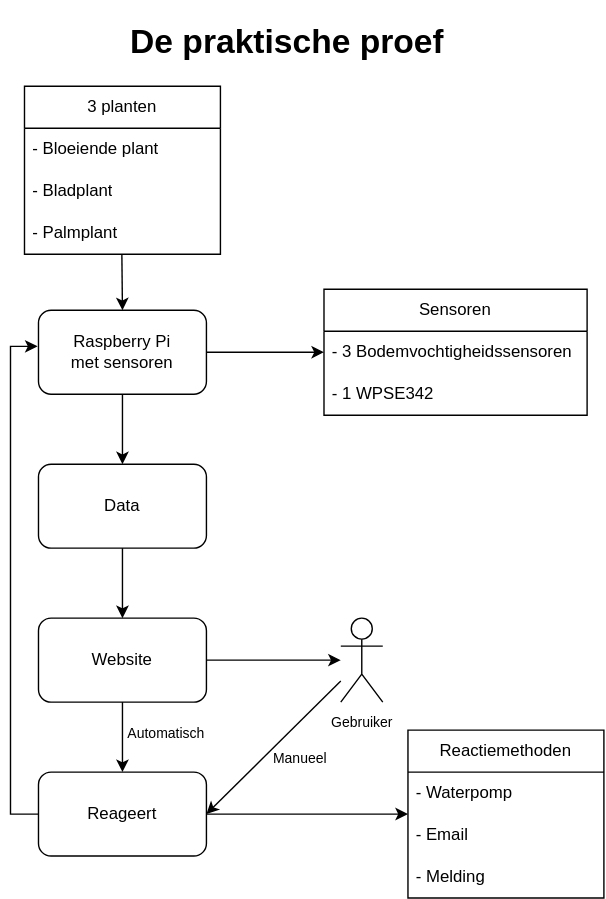
The draw.io diagram flowchart.svg in Celarye/syfinalproject, before a commit. Source tidied: cells renumbered, new cells last; positions are measured from the earlier drawing's top-left corner, leaving out a move shared by most shapes. Source of this version:
```xml
<mxGraphModel background="#FFFFFF">
  <root>
    <mxCell id="0" />
    <mxCell id="1" parent="0" />
    <mxCell id="2" value="3 planten" style="swimlane;fontStyle=0;horizontal=1;startSize=30;whiteSpace=wrap;html=1;" parent="1" vertex="1">
      <mxGeometry x="10" y="51" width="140" height="120" as="geometry" />
    </mxCell>
    <mxCell id="3" value="&lt;span style=&quot;background-color: initial;&quot;&gt;- Bloeiende plant&lt;/span&gt;" style="text;strokeColor=none;fillColor=none;align=left;verticalAlign=middle;spacingLeft=4;spacingRight=4;overflow=hidden;whiteSpace=wrap;html=1;" parent="2" vertex="1">
      <mxGeometry y="30" width="140" height="30" as="geometry" />
    </mxCell>
    <mxCell id="4" value="- Bladplant" style="text;strokeColor=none;fillColor=none;align=left;verticalAlign=middle;spacingLeft=4;spacingRight=4;overflow=hidden;whiteSpace=wrap;html=1;" parent="2" vertex="1">
      <mxGeometry y="60" width="140" height="30" as="geometry" />
    </mxCell>
    <mxCell id="5" value="- Palmplant" style="text;strokeColor=none;fillColor=none;align=left;verticalAlign=middle;spacingLeft=4;spacingRight=4;overflow=hidden;points=[[0,0.5],[1,0.5]];portConstraint=eastwest;whiteSpace=wrap;html=1;" parent="2" vertex="1">
      <mxGeometry y="90" width="140" height="30" as="geometry" />
    </mxCell>
    <mxCell id="6" value="&lt;h1&gt;De praktische proef&lt;/h1&gt;" style="text;html=1;strokeColor=none;fillColor=none;spacing=5;spacingTop=-20;whiteSpace=wrap;overflow=hidden;rounded=0;align=center;" parent="1" vertex="1">
      <mxGeometry x="78" width="240" height="40" as="geometry" />
    </mxCell>
    <mxCell id="7" style="endArrow=classic;html=1;rounded=0;exitX=0.497;exitY=1.018;exitDx=0;exitDy=0;exitPerimeter=0;entryX=0.5;entryY=0;entryDx=0;entryDy=0;" parent="1" edge="1" source="5" target="9">
      <mxGeometry relative="1" as="geometry" />
    </mxCell>
    <mxCell id="8" style="edgeStyle=orthogonalEdgeStyle;rounded=0;jettySize=auto;html=1;" parent="1" edge="1" source="9">
      <mxGeometry relative="1" as="geometry">
        <mxPoint x="224" y="241" as="targetPoint" />
      </mxGeometry>
    </mxCell>
    <mxCell id="9" value="&lt;font style=&quot;border-color: var(--border-color); font-size: 12px;&quot;&gt;Raspberry Pi&lt;br&gt;met sensoren&lt;/font&gt;" style="rounded=1;whiteSpace=wrap;html=1;" parent="1" vertex="1">
      <mxGeometry x="20" y="211" width="120" height="60" as="geometry" />
    </mxCell>
    <mxCell id="10" value="&lt;font style=&quot;font-size: 12px;&quot;&gt;Data&lt;br&gt;&lt;/font&gt;" style="rounded=1;whiteSpace=wrap;html=1;fontSize=5;" parent="1" vertex="1">
      <mxGeometry x="20" y="321" width="120" height="60" as="geometry" />
    </mxCell>
    <mxCell id="11" style="endArrow=classic;html=1;rounded=0;fontSize=5;exitX=0.5;exitY=1;exitDx=0;exitDy=0;" parent="1" edge="1" source="9" target="10">
      <mxGeometry relative="1" as="geometry" />
    </mxCell>
    <mxCell id="12" style="edgeStyle=orthogonalEdgeStyle;rounded=0;jettySize=auto;html=1;fontSize=12;" parent="1" edge="1" source="13" target="15">
      <mxGeometry relative="1" as="geometry" />
    </mxCell>
    <mxCell id="13" value="&lt;font style=&quot;font-size: 12px;&quot;&gt;Website&lt;br&gt;&lt;/font&gt;" style="rounded=1;whiteSpace=wrap;html=1;fontSize=5;" parent="1" vertex="1">
      <mxGeometry x="20" y="431" width="120" height="60" as="geometry" />
    </mxCell>
    <mxCell id="14" style="endArrow=classic;html=1;rounded=0;fontSize=5;exitX=0.5;exitY=1;exitDx=0;exitDy=0;" parent="1" edge="1" target="13">
      <mxGeometry relative="1" as="geometry">
        <mxPoint x="80" y="381" as="sourcePoint" />
      </mxGeometry>
    </mxCell>
    <mxCell id="15" value="&lt;font style=&quot;font-size: 10px;&quot;&gt;Gebruiker&lt;/font&gt;" style="shape=umlActor;verticalLabelPosition=bottom;verticalAlign=top;html=1;outlineConnect=0;fontSize=12;" parent="1" vertex="1">
      <mxGeometry x="236" y="431" width="30" height="60" as="geometry" />
    </mxCell>
    <mxCell id="16" value="Sensoren" style="swimlane;fontStyle=0;horizontal=1;startSize=30;whiteSpace=wrap;html=1;" parent="1" vertex="1">
      <mxGeometry x="224" y="196" width="188" height="90" as="geometry" />
    </mxCell>
    <mxCell id="17" value="&lt;span style=&quot;background-color: initial;&quot;&gt;- 3 Bodemvochtigheidssensoren&lt;/span&gt;" style="text;strokeColor=none;fillColor=none;align=left;verticalAlign=middle;spacingLeft=4;spacingRight=4;overflow=hidden;points=[[0,0.5],[1,0.5]];portConstraint=eastwest;whiteSpace=wrap;html=1;" parent="16" vertex="1">
      <mxGeometry y="30" width="188" height="30" as="geometry" />
    </mxCell>
    <mxCell id="18" value="- 1 WPSE342" style="text;strokeColor=none;fillColor=none;align=left;verticalAlign=middle;spacingLeft=4;spacingRight=4;overflow=hidden;whiteSpace=wrap;html=1;" parent="16" vertex="1">
      <mxGeometry y="60" width="188" height="30" as="geometry" />
    </mxCell>
    <mxCell id="19" style="edgeStyle=orthogonalEdgeStyle;rounded=0;jettySize=auto;html=1;fontSize=10;" parent="1" edge="1" source="20">
      <mxGeometry relative="1" as="geometry">
        <mxPoint x="19.4" y="236.8" as="targetPoint" />
        <Array as="points">
          <mxPoint y="571" />
          <mxPoint y="237" />
        </Array>
      </mxGeometry>
    </mxCell>
    <mxCell id="20" value="&lt;font style=&quot;font-size: 12px;&quot;&gt;Reageert&lt;br&gt;&lt;/font&gt;" style="rounded=1;whiteSpace=wrap;html=1;fontSize=5;" parent="1" vertex="1">
      <mxGeometry x="20" y="541" width="120" height="60" as="geometry" />
    </mxCell>
    <mxCell id="21" style="endArrow=classic;html=1;rounded=0;fontSize=5;exitX=0.5;exitY=1;exitDx=0;exitDy=0;" parent="1" edge="1" target="20">
      <mxGeometry relative="1" as="geometry">
        <mxPoint x="80" y="491" as="sourcePoint" />
      </mxGeometry>
    </mxCell>
    <mxCell id="22" style="endArrow=classic;html=1;rounded=0;fontSize=12;entryX=1;entryY=0.5;entryDx=0;entryDy=0;" parent="1" edge="1" source="15" target="20">
      <mxGeometry relative="1" as="geometry" />
    </mxCell>
    <mxCell id="23" value="&lt;font style=&quot;font-size: 10px;&quot;&gt;Automatisch&lt;/font&gt;" style="text;html=1;align=left;verticalAlign=middle;strokeColor=none;fillColor=none;fontSize=12;" parent="1" vertex="1">
      <mxGeometry x="82" y="500" width="73" height="26" as="geometry" />
    </mxCell>
    <mxCell id="24" value="Manueel" style="text;html=1;align=left;verticalAlign=middle;strokeColor=none;fillColor=none;fontSize=10;" parent="1" vertex="1">
      <mxGeometry x="186" y="516" width="60" height="30" as="geometry" />
    </mxCell>
    <mxCell id="25" value="Reactiemethoden" style="swimlane;fontStyle=0;horizontal=1;startSize=30;whiteSpace=wrap;html=1;" parent="1" vertex="1">
      <mxGeometry x="284" y="511" width="140" height="120" as="geometry" />
    </mxCell>
    <mxCell id="26" value="- Waterpomp" style="text;strokeColor=none;fillColor=none;align=left;verticalAlign=middle;spacingLeft=4;spacingRight=4;overflow=hidden;whiteSpace=wrap;html=1;" parent="25" vertex="1">
      <mxGeometry y="30" width="140" height="30" as="geometry" />
    </mxCell>
    <mxCell id="27" value="- Email" style="text;strokeColor=none;fillColor=none;align=left;verticalAlign=middle;spacingLeft=4;spacingRight=4;overflow=hidden;whiteSpace=wrap;html=1;" parent="25" vertex="1">
      <mxGeometry y="60" width="140" height="30" as="geometry" />
    </mxCell>
    <mxCell id="28" value="- Melding" style="text;strokeColor=none;fillColor=none;align=left;verticalAlign=middle;spacingLeft=4;spacingRight=4;overflow=hidden;whiteSpace=wrap;html=1;" parent="25" vertex="1">
      <mxGeometry y="90" width="140" height="30" as="geometry" />
    </mxCell>
    <mxCell id="29" style="endArrow=classic;html=1;rounded=0;exitX=1;exitY=0.5;exitDx=0;exitDy=0;" parent="1" edge="1" source="20">
      <mxGeometry relative="1" as="geometry">
        <mxPoint x="284" y="571" as="targetPoint" />
      </mxGeometry>
    </mxCell>
  </root>
</mxGraphModel>
```
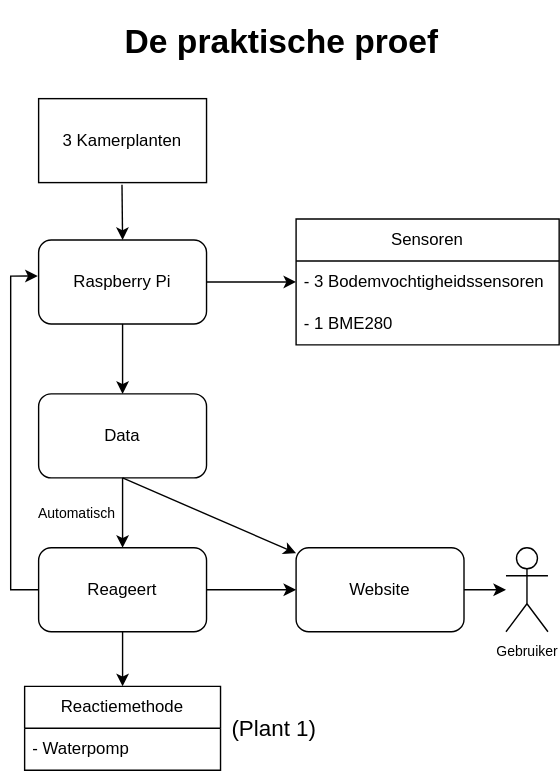
The same file after the commit.

Change to the diagram source:
```diff
@@ -2,30 +2,18 @@
   <root>
     <mxCell id="0" />
     <mxCell id="1" parent="0" />
-    <mxCell id="2" value="3 planten" style="swimlane;fontStyle=0;horizontal=1;startSize=30;whiteSpace=wrap;html=1;" parent="1" vertex="1">
-      <mxGeometry x="10" y="51" width="140" height="120" as="geometry" />
-    </mxCell>
-    <mxCell id="3" value="&lt;span style=&quot;background-color: initial;&quot;&gt;- Bloeiende plant&lt;/span&gt;" style="text;strokeColor=none;fillColor=none;align=left;verticalAlign=middle;spacingLeft=4;spacingRight=4;overflow=hidden;whiteSpace=wrap;html=1;" parent="2" vertex="1">
-      <mxGeometry y="30" width="140" height="30" as="geometry" />
-    </mxCell>
-    <mxCell id="4" value="- Bladplant" style="text;strokeColor=none;fillColor=none;align=left;verticalAlign=middle;spacingLeft=4;spacingRight=4;overflow=hidden;whiteSpace=wrap;html=1;" parent="2" vertex="1">
-      <mxGeometry y="60" width="140" height="30" as="geometry" />
-    </mxCell>
-    <mxCell id="5" value="- Palmplant" style="text;strokeColor=none;fillColor=none;align=left;verticalAlign=middle;spacingLeft=4;spacingRight=4;overflow=hidden;points=[[0,0.5],[1,0.5]];portConstraint=eastwest;whiteSpace=wrap;html=1;" parent="2" vertex="1">
-      <mxGeometry y="90" width="140" height="30" as="geometry" />
-    </mxCell>
     <mxCell id="6" value="&lt;h1&gt;De praktische proef&lt;/h1&gt;" style="text;html=1;strokeColor=none;fillColor=none;spacing=5;spacingTop=-20;whiteSpace=wrap;overflow=hidden;rounded=0;align=center;" parent="1" vertex="1">
-      <mxGeometry x="78" width="240" height="40" as="geometry" />
+      <mxGeometry x="74" y="50" width="240" height="40" as="geometry" />
     </mxCell>
-    <mxCell id="7" style="endArrow=classic;html=1;rounded=0;exitX=0.497;exitY=1.018;exitDx=0;exitDy=0;exitPerimeter=0;entryX=0.5;entryY=0;entryDx=0;entryDy=0;" parent="1" edge="1" source="5" target="9">
-      <mxGeometry relative="1" as="geometry" />
+    <mxCell id="7" style="endArrow=classic;html=1;rounded=0;exitX=0.497;exitY=1.018;exitDx=0;exitDy=0;exitPerimeter=0;entryX=0.5;entryY=0;entryDx=0;entryDy=0;" parent="1" edge="1" target="9">
+      <mxGeometry relative="1" as="geometry">
+        <mxPoint x="79.6" y="171.5" as="sourcePoint" />
+      </mxGeometry>
     </mxCell>
-    <mxCell id="8" style="edgeStyle=orthogonalEdgeStyle;rounded=0;jettySize=auto;html=1;" parent="1" edge="1" source="9">
-      <mxGeometry relative="1" as="geometry">
-        <mxPoint x="224" y="241" as="targetPoint" />
-      </mxGeometry>
+    <mxCell id="8" style="edgeStyle=orthogonalEdgeStyle;rounded=0;jettySize=auto;html=1;entryX=0;entryY=0.5;entryDx=0;entryDy=0;" parent="1" edge="1" source="9" target="17">
+      <mxGeometry relative="1" as="geometry" />
     </mxCell>
-    <mxCell id="9" value="&lt;font style=&quot;border-color: var(--border-color); font-size: 12px;&quot;&gt;Raspberry Pi&lt;br&gt;met sensoren&lt;/font&gt;" style="rounded=1;whiteSpace=wrap;html=1;" parent="1" vertex="1">
+    <mxCell id="9" value="&lt;font style=&quot;border-color: var(--border-color); font-size: 12px;&quot;&gt;Raspberry Pi&lt;br&gt;&lt;/font&gt;" style="rounded=1;whiteSpace=wrap;html=1;" parent="1" vertex="1">
       <mxGeometry x="20" y="211" width="120" height="60" as="geometry" />
     </mxCell>
     <mxCell id="10" value="&lt;font style=&quot;font-size: 12px;&quot;&gt;Data&lt;br&gt;&lt;/font&gt;" style="rounded=1;whiteSpace=wrap;html=1;fontSize=5;" parent="1" vertex="1">
@@ -38,7 +26,7 @@
       <mxGeometry relative="1" as="geometry" />
     </mxCell>
     <mxCell id="13" value="&lt;font style=&quot;font-size: 12px;&quot;&gt;Website&lt;br&gt;&lt;/font&gt;" style="rounded=1;whiteSpace=wrap;html=1;fontSize=5;" parent="1" vertex="1">
-      <mxGeometry x="20" y="431" width="120" height="60" as="geometry" />
+      <mxGeometry x="204" y="431" width="120" height="60" as="geometry" />
     </mxCell>
     <mxCell id="14" style="endArrow=classic;html=1;rounded=0;fontSize=5;exitX=0.5;exitY=1;exitDx=0;exitDy=0;" parent="1" edge="1" target="13">
       <mxGeometry relative="1" as="geometry">
@@ -46,59 +34,52 @@
       </mxGeometry>
     </mxCell>
     <mxCell id="15" value="&lt;font style=&quot;font-size: 10px;&quot;&gt;Gebruiker&lt;/font&gt;" style="shape=umlActor;verticalLabelPosition=bottom;verticalAlign=top;html=1;outlineConnect=0;fontSize=12;" parent="1" vertex="1">
-      <mxGeometry x="236" y="431" width="30" height="60" as="geometry" />
+      <mxGeometry x="354" y="431" width="30" height="60" as="geometry" />
     </mxCell>
     <mxCell id="16" value="Sensoren" style="swimlane;fontStyle=0;horizontal=1;startSize=30;whiteSpace=wrap;html=1;" parent="1" vertex="1">
-      <mxGeometry x="224" y="196" width="188" height="90" as="geometry" />
+      <mxGeometry x="204" y="196" width="188" height="90" as="geometry" />
     </mxCell>
     <mxCell id="17" value="&lt;span style=&quot;background-color: initial;&quot;&gt;- 3 Bodemvochtigheidssensoren&lt;/span&gt;" style="text;strokeColor=none;fillColor=none;align=left;verticalAlign=middle;spacingLeft=4;spacingRight=4;overflow=hidden;points=[[0,0.5],[1,0.5]];portConstraint=eastwest;whiteSpace=wrap;html=1;" parent="16" vertex="1">
       <mxGeometry y="30" width="188" height="30" as="geometry" />
     </mxCell>
-    <mxCell id="18" value="- 1 WPSE342" style="text;strokeColor=none;fillColor=none;align=left;verticalAlign=middle;spacingLeft=4;spacingRight=4;overflow=hidden;whiteSpace=wrap;html=1;" parent="16" vertex="1">
+    <mxCell id="18" value="- 1 BME280" style="text;strokeColor=none;fillColor=none;align=left;verticalAlign=middle;spacingLeft=4;spacingRight=4;overflow=hidden;whiteSpace=wrap;html=1;" parent="16" vertex="1">
       <mxGeometry y="60" width="188" height="30" as="geometry" />
     </mxCell>
     <mxCell id="19" style="edgeStyle=orthogonalEdgeStyle;rounded=0;jettySize=auto;html=1;fontSize=10;" parent="1" edge="1" source="20">
       <mxGeometry relative="1" as="geometry">
         <mxPoint x="19.4" y="236.8" as="targetPoint" />
         <Array as="points">
-          <mxPoint y="571" />
+          <mxPoint y="461" />
           <mxPoint y="237" />
         </Array>
       </mxGeometry>
     </mxCell>
+    <mxCell id="30" style="edgeStyle=orthogonalEdgeStyle;rounded=0;jettySize=auto;html=1;exitX=0.5;exitY=1;exitDx=0;exitDy=0;entryX=0.5;entryY=0;entryDx=0;entryDy=0;" parent="1" edge="1" source="20" target="25">
+      <mxGeometry relative="1" as="geometry" />
+    </mxCell>
     <mxCell id="20" value="&lt;font style=&quot;font-size: 12px;&quot;&gt;Reageert&lt;br&gt;&lt;/font&gt;" style="rounded=1;whiteSpace=wrap;html=1;fontSize=5;" parent="1" vertex="1">
-      <mxGeometry x="20" y="541" width="120" height="60" as="geometry" />
+      <mxGeometry x="20" y="431" width="120" height="60" as="geometry" />
     </mxCell>
-    <mxCell id="21" style="endArrow=classic;html=1;rounded=0;fontSize=5;exitX=0.5;exitY=1;exitDx=0;exitDy=0;" parent="1" edge="1" target="20">
-      <mxGeometry relative="1" as="geometry">
-        <mxPoint x="80" y="491" as="sourcePoint" />
-      </mxGeometry>
+    <mxCell id="21" style="endArrow=classic;html=1;rounded=0;fontSize=5;exitX=0.5;exitY=1;exitDx=0;exitDy=0;" parent="1" edge="1" source="10" target="20">
+      <mxGeometry relative="1" as="geometry" />
     </mxCell>
-    <mxCell id="22" style="endArrow=classic;html=1;rounded=0;fontSize=12;entryX=1;entryY=0.5;entryDx=0;entryDy=0;" parent="1" edge="1" source="15" target="20">
-      <mxGeometry relative="1" as="geometry" />
-    </mxCell>
     <mxCell id="23" value="&lt;font style=&quot;font-size: 10px;&quot;&gt;Automatisch&lt;/font&gt;" style="text;html=1;align=left;verticalAlign=middle;strokeColor=none;fillColor=none;fontSize=12;" parent="1" vertex="1">
-      <mxGeometry x="82" y="500" width="73" height="26" as="geometry" />
+      <mxGeometry x="18" y="393" width="73" height="26" as="geometry" />
     </mxCell>
-    <mxCell id="24" value="Manueel" style="text;html=1;align=left;verticalAlign=middle;strokeColor=none;fillColor=none;fontSize=10;" parent="1" vertex="1">
-      <mxGeometry x="186" y="516" width="60" height="30" as="geometry" />
-    </mxCell>
-    <mxCell id="25" value="Reactiemethoden" style="swimlane;fontStyle=0;horizontal=1;startSize=30;whiteSpace=wrap;html=1;" parent="1" vertex="1">
-      <mxGeometry x="284" y="511" width="140" height="120" as="geometry" />
+    <mxCell id="25" value="Reactiemethode" style="swimlane;fontStyle=0;horizontal=1;startSize=30;whiteSpace=wrap;html=1;" parent="1" vertex="1">
+      <mxGeometry x="10" y="530" width="140" height="60" as="geometry" />
     </mxCell>
     <mxCell id="26" value="- Waterpomp" style="text;strokeColor=none;fillColor=none;align=left;verticalAlign=middle;spacingLeft=4;spacingRight=4;overflow=hidden;whiteSpace=wrap;html=1;" parent="25" vertex="1">
       <mxGeometry y="30" width="140" height="30" as="geometry" />
     </mxCell>
-    <mxCell id="27" value="- Email" style="text;strokeColor=none;fillColor=none;align=left;verticalAlign=middle;spacingLeft=4;spacingRight=4;overflow=hidden;whiteSpace=wrap;html=1;" parent="25" vertex="1">
-      <mxGeometry y="60" width="140" height="30" as="geometry" />
-    </mxCell>
-    <mxCell id="28" value="- Melding" style="text;strokeColor=none;fillColor=none;align=left;verticalAlign=middle;spacingLeft=4;spacingRight=4;overflow=hidden;whiteSpace=wrap;html=1;" parent="25" vertex="1">
-      <mxGeometry y="90" width="140" height="30" as="geometry" />
-    </mxCell>
-    <mxCell id="29" style="endArrow=classic;html=1;rounded=0;exitX=1;exitY=0.5;exitDx=0;exitDy=0;" parent="1" edge="1" source="20">
-      <mxGeometry relative="1" as="geometry">
-        <mxPoint x="284" y="571" as="targetPoint" />
-      </mxGeometry>
+    <mxCell id="29" style="endArrow=classic;html=1;rounded=0;exitX=1;exitY=0.5;exitDx=0;exitDy=0;entryX=0;entryY=0.5;entryDx=0;entryDy=0;" parent="1" edge="1" source="20" target="13">
+      <mxGeometry relative="1" as="geometry" />
     </mxCell>
+    <mxCell id="31" value="3 Kamerplanten" style="rounded=0;whiteSpace=wrap;html=1;" parent="1" vertex="1">
+      <mxGeometry x="20" y="110" width="120" height="60" as="geometry" />
+    </mxCell>
+    <mxCell id="32" value="(Plant 1)" style="text;html=1;strokeColor=none;fillColor=none;align=center;verticalAlign=middle;whiteSpace=wrap;rounded=0;fontSize=16;" parent="1" vertex="1">
+      <mxGeometry x="150" y="545" width="77" height="30" as="geometry" />
+    </mxCell>
   </root>
 </mxGraphModel>
```
